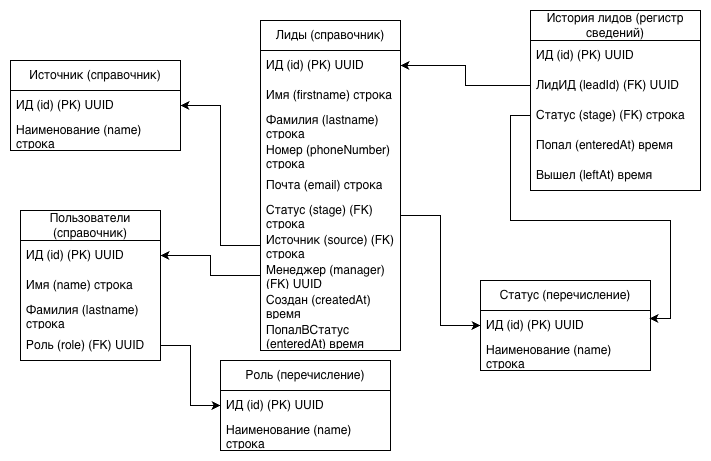
Above: docs/CRM_ERD.png in Captain-Skull/CRM-mini (draw.io), before the change. Source tidied: cells renumbered, new cells last; positions are measured from the earlier drawing's top-left corner, leaving out a move shared by most shapes.
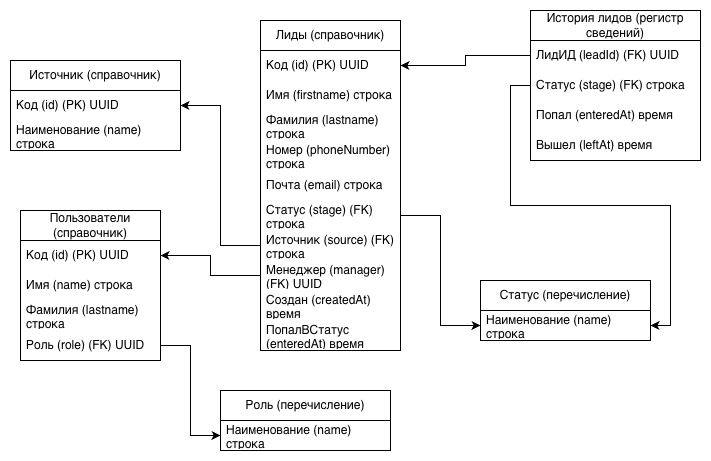
The same diagram one commit later.

Change to the diagram source:
```diff
@@ -5,7 +5,7 @@
     <mxCell id="2" value="Лиды (справочник)" style="swimlane;fontStyle=0;horizontal=1;startSize=30;whiteSpace=wrap;html=1;" parent="1" vertex="1">
       <mxGeometry x="250" y="10" width="140" height="330" as="geometry" />
     </mxCell>
-    <mxCell id="3" value="ИД (id) (PK) UUID" style="text;strokeColor=none;fillColor=none;align=left;verticalAlign=middle;spacingLeft=4;spacingRight=4;overflow=hidden;points=[[0,0.5],[1,0.5]];portConstraint=eastwest;whiteSpace=wrap;html=1;" parent="2" vertex="1">
+    <mxCell id="3" value="Код (id) (PK) UUID" style="text;strokeColor=none;fillColor=none;align=left;verticalAlign=middle;spacingLeft=4;spacingRight=4;overflow=hidden;points=[[0,0.5],[1,0.5]];portConstraint=eastwest;whiteSpace=wrap;html=1;" parent="2" vertex="1">
       <mxGeometry y="30" width="140" height="30" as="geometry" />
     </mxCell>
     <mxCell id="4" value="Имя (firstname) строка" style="text;strokeColor=none;fillColor=none;align=left;verticalAlign=middle;spacingLeft=4;spacingRight=4;overflow=hidden;whiteSpace=wrap;html=1;" parent="2" vertex="1">
@@ -36,22 +36,19 @@
       <mxGeometry y="300" width="140" height="30" as="geometry" />
     </mxCell>
     <mxCell id="13" value="История лидов (регистр сведений)" style="swimlane;fontStyle=0;horizontal=1;startSize=30;whiteSpace=wrap;html=1;" parent="1" vertex="1">
-      <mxGeometry x="520" width="170" height="180" as="geometry" />
+      <mxGeometry x="520" width="170" height="150" as="geometry" />
     </mxCell>
-    <mxCell id="14" value="ИД (id) (PK) UUID" style="text;strokeColor=none;fillColor=none;align=left;verticalAlign=middle;spacingLeft=4;spacingRight=4;overflow=hidden;whiteSpace=wrap;html=1;" parent="13" vertex="1">
-      <mxGeometry y="30" width="170" height="30" as="geometry" />
-    </mxCell>
     <mxCell id="15" value="ЛидИД (leadId) (FK) UUID" style="text;strokeColor=none;fillColor=none;align=left;verticalAlign=middle;spacingLeft=4;spacingRight=4;overflow=hidden;points=[[0,0.5],[1,0.5]];portConstraint=eastwest;whiteSpace=wrap;html=1;" parent="13" vertex="1">
-      <mxGeometry y="60" width="170" height="30" as="geometry" />
+      <mxGeometry y="30" width="170" height="30" as="geometry" />
     </mxCell>
     <mxCell id="16" value="Статус (stage) (FK) строка&amp;nbsp;" style="text;strokeColor=none;fillColor=none;align=left;verticalAlign=middle;spacingLeft=4;spacingRight=4;overflow=hidden;points=[[0,0.5],[1,0.5]];portConstraint=eastwest;whiteSpace=wrap;html=1;" parent="13" vertex="1">
-      <mxGeometry y="90" width="170" height="30" as="geometry" />
+      <mxGeometry y="60" width="170" height="30" as="geometry" />
     </mxCell>
     <mxCell id="17" value="Попал (enteredAt) время" style="text;strokeColor=none;fillColor=none;align=left;verticalAlign=middle;spacingLeft=4;spacingRight=4;overflow=hidden;whiteSpace=wrap;html=1;" parent="13" vertex="1">
-      <mxGeometry y="120" width="170" height="30" as="geometry" />
+      <mxGeometry y="90" width="170" height="30" as="geometry" />
     </mxCell>
     <mxCell id="18" value="Вышел (leftAt) время" style="text;strokeColor=none;fillColor=none;align=left;verticalAlign=middle;spacingLeft=4;spacingRight=4;overflow=hidden;whiteSpace=wrap;html=1;" parent="13" vertex="1">
-      <mxGeometry y="150" width="170" height="30" as="geometry" />
+      <mxGeometry y="120" width="170" height="30" as="geometry" />
     </mxCell>
     <mxCell id="19" style="edgeStyle=orthogonalEdgeStyle;rounded=0;jettySize=auto;html=1;entryX=1;entryY=0.5;entryDx=0;entryDy=0;" parent="1" edge="1" source="15" target="3">
       <mxGeometry relative="1" as="geometry" />
@@ -59,7 +56,7 @@
     <mxCell id="20" value="Источник (справочник)" style="swimlane;fontStyle=0;horizontal=1;startSize=30;whiteSpace=wrap;html=1;" parent="1" vertex="1">
       <mxGeometry y="50" width="170" height="90" as="geometry" />
     </mxCell>
-    <mxCell id="21" value="ИД (id) (PK) UUID" style="text;strokeColor=none;fillColor=none;align=left;verticalAlign=middle;spacingLeft=4;spacingRight=4;overflow=hidden;points=[[0,0.5],[1,0.5]];portConstraint=eastwest;whiteSpace=wrap;html=1;" parent="20" vertex="1">
+    <mxCell id="21" value="Код (id) (PK) UUID" style="text;strokeColor=none;fillColor=none;align=left;verticalAlign=middle;spacingLeft=4;spacingRight=4;overflow=hidden;points=[[0,0.5],[1,0.5]];portConstraint=eastwest;whiteSpace=wrap;html=1;" parent="20" vertex="1">
       <mxGeometry y="30" width="170" height="30" as="geometry" />
     </mxCell>
     <mxCell id="22" value="Наименование (name) строка" style="text;strokeColor=none;fillColor=none;align=left;verticalAlign=middle;spacingLeft=4;spacingRight=4;overflow=hidden;whiteSpace=wrap;html=1;" parent="20" vertex="1">
@@ -69,24 +66,21 @@
       <mxGeometry relative="1" as="geometry" />
     </mxCell>
     <mxCell id="24" value="Статус (перечисление)" style="swimlane;fontStyle=0;horizontal=1;startSize=30;whiteSpace=wrap;html=1;" parent="1" vertex="1">
-      <mxGeometry x="470" y="270" width="170" height="90" as="geometry" />
+      <mxGeometry x="470" y="270" width="170" height="60" as="geometry" />
     </mxCell>
-    <mxCell id="25" value="ИД (id) (PK) UUID" style="text;strokeColor=none;fillColor=none;align=left;verticalAlign=middle;spacingLeft=4;spacingRight=4;overflow=hidden;points=[[0,0.5],[1,0.5]];portConstraint=eastwest;whiteSpace=wrap;html=1;" parent="24" vertex="1">
-      <mxGeometry y="30" width="170" height="30" as="geometry" />
-    </mxCell>
     <mxCell id="26" value="Наименование (name) строка" style="text;strokeColor=none;fillColor=none;align=left;verticalAlign=middle;spacingLeft=4;spacingRight=4;overflow=hidden;points=[[0,0.5],[1,0.5]];portConstraint=eastwest;whiteSpace=wrap;html=1;" parent="24" vertex="1">
-      <mxGeometry y="60" width="170" height="30" as="geometry" />
+      <mxGeometry y="30" width="170" height="30" as="geometry" />
     </mxCell>
-    <mxCell id="27" style="edgeStyle=orthogonalEdgeStyle;rounded=0;jettySize=auto;html=1;entryX=0;entryY=0.5;entryDx=0;entryDy=0;" parent="1" edge="1" source="8" target="24">
+    <mxCell id="27" style="edgeStyle=orthogonalEdgeStyle;rounded=0;jettySize=auto;html=1;entryX=0;entryY=0.5;entryDx=0;entryDy=0;" parent="1" edge="1" source="8" target="26">
       <mxGeometry relative="1" as="geometry" />
     </mxCell>
-    <mxCell id="28" style="edgeStyle=orthogonalEdgeStyle;rounded=0;jettySize=auto;html=1;entryX=0.994;entryY=0.267;entryDx=0;entryDy=0;entryPerimeter=0;" parent="1" edge="1" source="16" target="25">
+    <mxCell id="28" style="edgeStyle=orthogonalEdgeStyle;rounded=0;jettySize=auto;html=1;entryX=1;entryY=0.5;entryDx=0;entryDy=0;" parent="1" edge="1" source="16" target="26">
       <mxGeometry relative="1" as="geometry" />
     </mxCell>
     <mxCell id="29" value="Пользователи (справочник)" style="swimlane;fontStyle=0;horizontal=1;startSize=30;whiteSpace=wrap;html=1;" parent="1" vertex="1">
       <mxGeometry x="10" y="200" width="140" height="150" as="geometry" />
     </mxCell>
-    <mxCell id="30" value="ИД (id) (PK) UUID" style="text;strokeColor=none;fillColor=none;align=left;verticalAlign=middle;spacingLeft=4;spacingRight=4;overflow=hidden;points=[[0,0.5],[1,0.5]];portConstraint=eastwest;whiteSpace=wrap;html=1;" parent="29" vertex="1">
+    <mxCell id="30" value="Код (id) (PK) UUID" style="text;strokeColor=none;fillColor=none;align=left;verticalAlign=middle;spacingLeft=4;spacingRight=4;overflow=hidden;points=[[0,0.5],[1,0.5]];portConstraint=eastwest;whiteSpace=wrap;html=1;" parent="29" vertex="1">
       <mxGeometry y="30" width="140" height="30" as="geometry" />
     </mxCell>
     <mxCell id="31" value="Имя (name) строка" style="text;strokeColor=none;fillColor=none;align=left;verticalAlign=middle;spacingLeft=4;spacingRight=4;overflow=hidden;whiteSpace=wrap;html=1;" parent="29" vertex="1">
@@ -102,15 +96,12 @@
       <mxGeometry relative="1" as="geometry" />
     </mxCell>
     <mxCell id="35" value="Роль (перечисление)" style="swimlane;fontStyle=0;horizontal=1;startSize=30;whiteSpace=wrap;html=1;" parent="1" vertex="1">
-      <mxGeometry x="210" y="350" width="170" height="90" as="geometry" />
+      <mxGeometry x="210" y="380" width="170" height="60" as="geometry" />
     </mxCell>
-    <mxCell id="36" value="ИД (id) (PK) UUID" style="text;strokeColor=none;fillColor=none;align=left;verticalAlign=middle;spacingLeft=4;spacingRight=4;overflow=hidden;points=[[0,0.5],[1,0.5]];portConstraint=eastwest;whiteSpace=wrap;html=1;" parent="35" vertex="1">
-      <mxGeometry y="30" width="170" height="30" as="geometry" />
-    </mxCell>
     <mxCell id="37" value="Наименование (name) строка" style="text;strokeColor=none;fillColor=none;align=left;verticalAlign=middle;spacingLeft=4;spacingRight=4;overflow=hidden;points=[[0,0.5],[1,0.5]];portConstraint=eastwest;whiteSpace=wrap;html=1;" parent="35" vertex="1">
-      <mxGeometry y="60" width="170" height="30" as="geometry" />
+      <mxGeometry y="30" width="170" height="30" as="geometry" />
     </mxCell>
-    <mxCell id="38" style="edgeStyle=orthogonalEdgeStyle;rounded=0;jettySize=auto;html=1;entryX=0;entryY=0.5;entryDx=0;entryDy=0;" parent="1" edge="1" source="33" target="36">
+    <mxCell id="38" style="edgeStyle=orthogonalEdgeStyle;rounded=0;jettySize=auto;html=1;entryX=0;entryY=0.5;entryDx=0;entryDy=0;" parent="1" edge="1" source="33" target="37">
       <mxGeometry relative="1" as="geometry" />
     </mxCell>
   </root>
```
